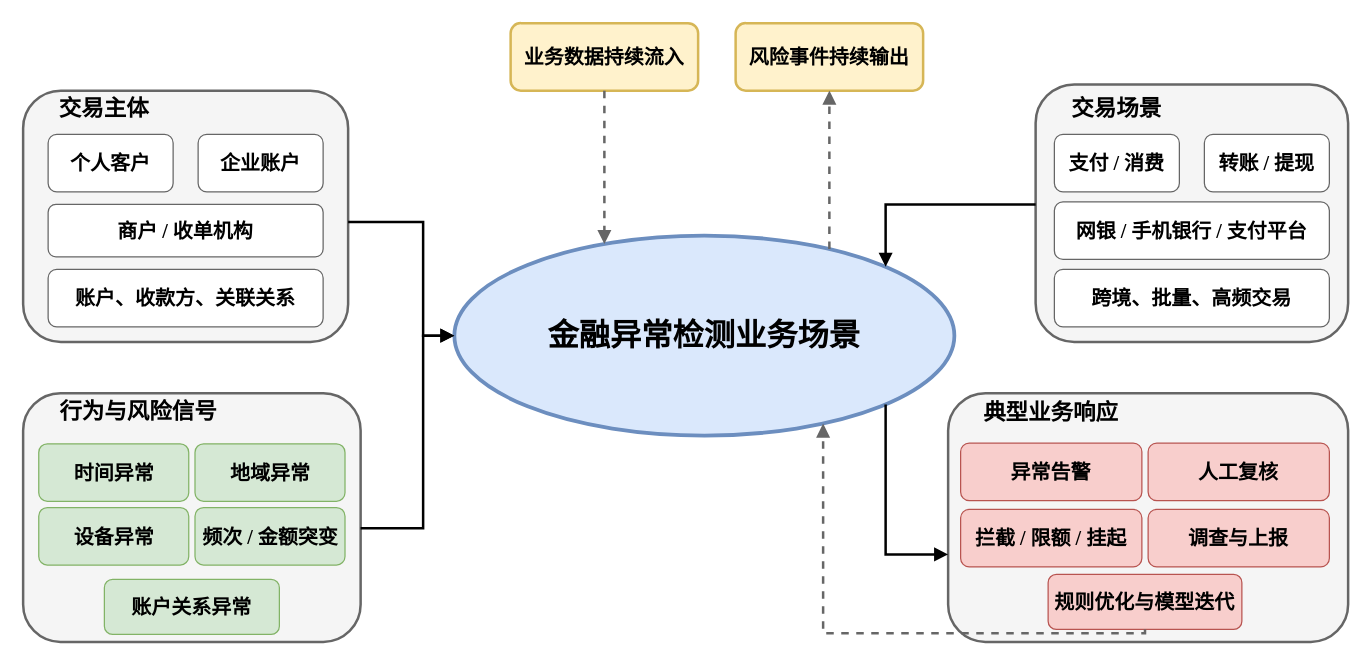
Before: figures/fig1_1_financial_anomaly_business_scene.drawio in HuangEven/latex-template, a draw.io diagram. Source tidied: cells renumbered, new cells numbered last; positions are measured from the earlier drawing's top-left corner, leaving out a move shared by most shapes. Both pictures are drawn from the tidied source at 125%, with x=0, y=0 at pixel (22, 22).
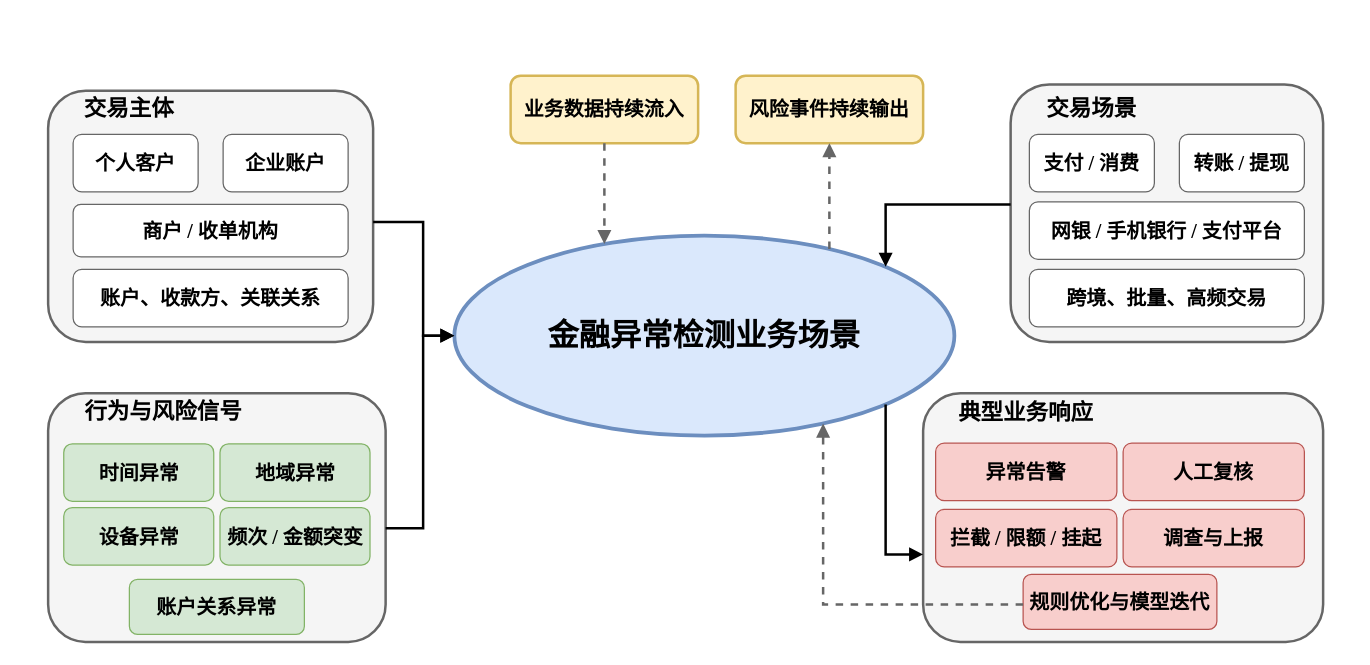
Above is the later version.

Unchanged cells that the change refers to:
```xml
<mxCell id="2" value="金融异常检测业务场景" style="ellipse;whiteSpace=wrap;html=1;fillColor=#dae8fc;strokeColor=#6c8ebf;strokeWidth=3;fontSize=25;fontStyle=1;align=center;verticalAlign=middle;fontFamily=Times New Roman;" parent="1" vertex="1">
  <mxGeometry x="345" y="170" width="400" height="160" as="geometry" />
</mxCell>
```

Change to the diagram source:
```diff
@@
-    <mxCell id="3" style="rounded=1;whiteSpace=wrap;html=1;fillColor=#f5f5f5;strokeColor=#666666;strokeWidth=2;fontSize=17;fontStyle=1;" parent="1" vertex="1">
-      <mxGeometry y="54" width="260" height="201" as="geometry" />
+    <mxCell id="3" style="rounded=1;whiteSpace=wrap;html=1;fillColor=#f5f5f5;strokeColor=#666666;strokeWidth=2;fontSize=17;fontStyle=1;fontFamily=Times New Roman;" parent="1" vertex="1">
+      <mxGeometry x="20" y="54" width="260" height="201" as="geometry" />
     </mxCell>
     <mxCell id="4" value="个人客户" style="rounded=1;whiteSpace=wrap;html=1;fillColor=#ffffff;strokeColor=#666666;fontSize=16;fontStyle=1;fontFamily=Times New Roman;" parent="1" vertex="1">
-      <mxGeometry x="20" y="89" width="100" height="46" as="geometry" />
+      <mxGeometry x="40" y="89" width="100" height="46" as="geometry" />
     </mxCell>
     <mxCell id="5" value="企业账户" style="rounded=1;whiteSpace=wrap;html=1;fillColor=#ffffff;strokeColor=#666666;fontSize=16;fontStyle=1;fontFamily=Times New Roman;" parent="1" vertex="1">
-      <mxGeometry x="140" y="89" width="100" height="46" as="geometry" />
+      <mxGeometry x="160" y="89" width="100" height="46" as="geometry" />
     </mxCell>
     <mxCell id="6" value="商户 / 收单机构" style="rounded=1;whiteSpace=wrap;html=1;fillColor=#ffffff;strokeColor=#666666;fontSize=16;fontStyle=1;fontFamily=Times New Roman;" parent="1" vertex="1">
-      <mxGeometry x="20" y="145" width="220" height="42" as="geometry" />
+      <mxGeometry x="40" y="145" width="220" height="42" as="geometry" />
     </mxCell>
     <mxCell id="7" value="账户、收款方、关联关系" style="rounded=1;whiteSpace=wrap;html=1;fillColor=#ffffff;strokeColor=#666666;fontSize=16;fontStyle=1;fontFamily=Times New Roman;" parent="1" vertex="1">
-      <mxGeometry x="20" y="197" width="220" height="46" as="geometry" />
+      <mxGeometry x="40" y="197" width="220" height="46" as="geometry" />
     </mxCell>
-    <mxCell id="8" style="rounded=1;whiteSpace=wrap;html=1;fillColor=#f5f5f5;strokeColor=#666666;strokeWidth=2;fontSize=17;fontStyle=1;" parent="1" vertex="1">
-      <mxGeometry x="810" y="49" width="250" height="206" as="geometry" />
+    <mxCell id="8" style="rounded=1;whiteSpace=wrap;html=1;fillColor=#f5f5f5;strokeColor=#666666;strokeWidth=2;fontSize=17;fontStyle=1;fontFamily=Times New Roman;" parent="1" vertex="1">
+      <mxGeometry x="790" y="49" width="250" height="206" as="geometry" />
     </mxCell>
     <mxCell id="9" value="支付 / 消费" style="rounded=1;whiteSpace=wrap;html=1;fillColor=#ffffff;strokeColor=#666666;fontSize=16;fontStyle=1;fontFamily=Times New Roman;" parent="1" vertex="1">
-      <mxGeometry x="825" y="89" width="100" height="46" as="geometry" />
+      <mxGeometry x="805" y="89" width="100" height="46" as="geometry" />
     </mxCell>
     <mxCell id="10" value="转账 / 提现" style="rounded=1;whiteSpace=wrap;html=1;fillColor=#ffffff;strokeColor=#666666;fontSize=16;fontStyle=1;fontFamily=Times New Roman;" parent="1" vertex="1">
-      <mxGeometry x="945" y="89" width="100" height="46" as="geometry" />
+      <mxGeometry x="925" y="89" width="100" height="46" as="geometry" />
     </mxCell>
     <mxCell id="11" value="网银 / 手机银行 / 支付平台" style="rounded=1;whiteSpace=wrap;html=1;fillColor=#ffffff;strokeColor=#666666;fontSize=16;fontStyle=1;fontFamily=Times New Roman;" parent="1" vertex="1">
-      <mxGeometry x="825" y="143" width="220" height="46" as="geometry" />
+      <mxGeometry x="805" y="143" width="220" height="46" as="geometry" />
     </mxCell>
     <mxCell id="12" value="跨境、批量、高频交易" style="rounded=1;whiteSpace=wrap;html=1;fillColor=#ffffff;strokeColor=#666666;fontSize=16;fontStyle=1;fontFamily=Times New Roman;" parent="1" vertex="1">
-      <mxGeometry x="825" y="197" width="220" height="46" as="geometry" />
+      <mxGeometry x="805" y="197" width="220" height="46" as="geometry" />
     </mxCell>
-    <mxCell id="13" style="rounded=1;whiteSpace=wrap;html=1;fillColor=#f5f5f5;strokeColor=#666666;strokeWidth=2;fontSize=17;fontStyle=1;" parent="1" vertex="1">
-      <mxGeometry y="296" width="270" height="199" as="geometry" />
+    <mxCell id="13" style="rounded=1;whiteSpace=wrap;html=1;fillColor=#f5f5f5;strokeColor=#666666;strokeWidth=2;fontSize=17;fontStyle=1;fontFamily=Times New Roman;" parent="1" vertex="1">
+      <mxGeometry x="20" y="296" width="270" height="199" as="geometry" />
     </mxCell>
     <mxCell id="14" value="时间异常" style="rounded=1;whiteSpace=wrap;html=1;fillColor=#d5e8d4;strokeColor=#82b366;fontSize=16;fontStyle=1;fontFamily=Times New Roman;" parent="1" vertex="1">
-      <mxGeometry x="12.5" y="336.5" width="120" height="46" as="geometry" />
+      <mxGeometry x="32.5" y="336.5" width="120" height="46" as="geometry" />
     </mxCell>
     <mxCell id="15" value="地域异常" style="rounded=1;whiteSpace=wrap;html=1;fillColor=#d5e8d4;strokeColor=#82b366;fontSize=16;fontStyle=1;fontFamily=Times New Roman;" parent="1" vertex="1">
-      <mxGeometry x="137.5" y="336.5" width="120" height="46" as="geometry" />
+      <mxGeometry x="157.5" y="336.5" width="120" height="46" as="geometry" />
     </mxCell>
     <mxCell id="16" value="设备异常" style="rounded=1;whiteSpace=wrap;html=1;fillColor=#d5e8d4;strokeColor=#82b366;fontSize=16;fontStyle=1;fontFamily=Times New Roman;" parent="1" vertex="1">
-      <mxGeometry x="12.5" y="387.5" width="120" height="46" as="geometry" />
+      <mxGeometry x="32.5" y="387.5" width="120" height="46" as="geometry" />
     </mxCell>
     <mxCell id="17" value="频次 / 金额突变" style="rounded=1;whiteSpace=wrap;html=1;fillColor=#d5e8d4;strokeColor=#82b366;fontSize=16;fontStyle=1;fontFamily=Times New Roman;" parent="1" vertex="1">
-      <mxGeometry x="137.5" y="387.5" width="120" height="46" as="geometry" />
+      <mxGeometry x="157.5" y="387.5" width="120" height="46" as="geometry" />
     </mxCell>
     <mxCell id="18" value="账户关系异常" style="rounded=1;whiteSpace=wrap;html=1;fillColor=#d5e8d4;strokeColor=#82b366;fontSize=16;fontStyle=1;fontFamily=Times New Roman;" parent="1" vertex="1">
-      <mxGeometry x="65" y="445" width="140" height="44" as="geometry" />
+      <mxGeometry x="85" y="445" width="140" height="44" as="geometry" />
     </mxCell>
-    <mxCell id="19" style="rounded=1;whiteSpace=wrap;html=1;fillColor=#f5f5f5;strokeColor=#666666;strokeWidth=2;fontSize=17;fontStyle=1;" parent="1" vertex="1">
-      <mxGeometry x="740" y="296" width="320" height="199" as="geometry" />
+    <mxCell id="19" style="rounded=1;whiteSpace=wrap;html=1;fillColor=#f5f5f5;strokeColor=#666666;strokeWidth=2;fontSize=17;fontStyle=1;fontFamily=Times New Roman;" parent="1" vertex="1">
+      <mxGeometry x="720" y="296" width="320" height="199" as="geometry" />
     </mxCell>
     <mxCell id="20" value="异常告警" style="rounded=1;whiteSpace=wrap;html=1;fillColor=#f8cecc;strokeColor=#b85450;fontSize=16;fontStyle=1;fontFamily=Times New Roman;" parent="1" vertex="1">
-      <mxGeometry x="750" y="336" width="145" height="46" as="geometry" />
+      <mxGeometry x="730" y="336" width="145" height="46" as="geometry" />
     </mxCell>
     <mxCell id="21" value="人工复核" style="rounded=1;whiteSpace=wrap;html=1;fillColor=#f8cecc;strokeColor=#b85450;fontSize=16;fontStyle=1;fontFamily=Times New Roman;" parent="1" vertex="1">
-      <mxGeometry x="900" y="336" width="145" height="46" as="geometry" />
+      <mxGeometry x="880" y="336" width="145" height="46" as="geometry" />
     </mxCell>
     <mxCell id="22" value="拦截 / 限额 / 挂起" style="rounded=1;whiteSpace=wrap;html=1;fillColor=#f8cecc;strokeColor=#b85450;fontSize=16;fontStyle=1;fontFamily=Times New Roman;" parent="1" vertex="1">
-      <mxGeometry x="750" y="389" width="145" height="46" as="geometry" />
+      <mxGeometry x="730" y="389" width="145" height="46" as="geometry" />
     </mxCell>
     <mxCell id="23" value="调查与上报" style="rounded=1;whiteSpace=wrap;html=1;fillColor=#f8cecc;strokeColor=#b85450;fontSize=16;fontStyle=1;fontFamily=Times New Roman;" parent="1" vertex="1">
-      <mxGeometry x="900" y="389" width="145" height="46" as="geometry" />
+      <mxGeometry x="880" y="389" width="145" height="46" as="geometry" />
     </mxCell>
     <mxCell id="24" value="规则优化与模型迭代" style="rounded=1;whiteSpace=wrap;html=1;fillColor=#f8cecc;strokeColor=#b85450;fontSize=16;fontStyle=1;fontFamily=Times New Roman;" parent="1" vertex="1">
-      <mxGeometry x="820" y="441" width="155" height="44" as="geometry" />
+      <mxGeometry x="800" y="441" width="155" height="44" as="geometry" />
     </mxCell>
     <mxCell id="25" value="业务数据持续流入" style="rounded=1;whiteSpace=wrap;html=1;fillColor=#fff2cc;strokeColor=#d6b656;strokeWidth=2;fontSize=16;fontStyle=1;fontFamily=Times New Roman;" parent="1" vertex="1">
-      <mxGeometry x="390" width="150" height="54" as="geometry" />
+      <mxGeometry x="390" y="42" width="150" height="54" as="geometry" />
     </mxCell>
     <mxCell id="26" value="风险事件持续输出" style="rounded=1;whiteSpace=wrap;html=1;fillColor=#fff2cc;strokeColor=#d6b656;strokeWidth=2;fontSize=16;fontStyle=1;fontFamily=Times New Roman;" parent="1" vertex="1">
-      <mxGeometry x="570" width="150" height="54" as="geometry" />
+      <mxGeometry x="570" y="42" width="150" height="54" as="geometry" />
     </mxCell>
-    <mxCell id="27" style="edgeStyle=orthogonalEdgeStyle;rounded=0;html=1;strokeWidth=2;endArrow=block;endFill=1;" parent="1" edge="1" source="3" target="2">
+    <mxCell id="27" style="edgeStyle=orthogonalEdgeStyle;rounded=0;html=1;strokeWidth=2;endArrow=block;endFill=1;fontFamily=Times New Roman;" parent="1" edge="1" source="3" target="2">
       <mxGeometry relative="1" as="geometry">
         <Array as="points">
           <mxPoint x="320" y="159" />
           <mxPoint x="320" y="250" />
         </Array>
       </mxGeometry>
     </mxCell>
-    <mxCell id="28" style="edgeStyle=orthogonalEdgeStyle;rounded=0;html=1;strokeWidth=2;endArrow=block;endFill=1;" parent="1" edge="1" source="8" target="2">
+    <mxCell id="28" style="edgeStyle=orthogonalEdgeStyle;rounded=0;html=1;strokeWidth=2;endArrow=block;endFill=1;fontFamily=Times New Roman;" parent="1" edge="1" source="8" target="2">
       <mxGeometry relative="1" as="geometry">
         <Array as="points">
           <mxPoint x="690" y="145" />
         </Array>
       </mxGeometry>
     </mxCell>
-    <mxCell id="29" style="edgeStyle=orthogonalEdgeStyle;rounded=0;html=1;strokeWidth=2;endArrow=block;endFill=1;" parent="1" edge="1" source="13" target="2">
+    <mxCell id="29" style="edgeStyle=orthogonalEdgeStyle;rounded=0;html=1;strokeWidth=2;endArrow=block;endFill=1;fontFamily=Times New Roman;" parent="1" edge="1" source="13" target="2">
       <mxGeometry relative="1" as="geometry">
         <Array as="points">
           <mxPoint x="320" y="404" />
           <mxPoint x="320" y="250" />
         </Array>
       </mxGeometry>
     </mxCell>
-    <mxCell id="30" style="edgeStyle=orthogonalEdgeStyle;rounded=0;html=1;strokeWidth=2;endArrow=block;endFill=1;" parent="1" edge="1" source="2" target="19">
+    <mxCell id="30" style="edgeStyle=orthogonalEdgeStyle;rounded=0;html=1;strokeWidth=2;endArrow=block;endFill=1;fontFamily=Times New Roman;" parent="1" edge="1" source="2" target="19">
       <mxGeometry relative="1" as="geometry">
         <Array as="points">
           <mxPoint x="690" y="425" />
         </Array>
       </mxGeometry>
     </mxCell>
-    <mxCell id="31" style="edgeStyle=orthogonalEdgeStyle;rounded=0;html=1;strokeWidth=2;dashed=1;endArrow=block;endFill=1;strokeColor=#666666;" parent="1" edge="1" source="24" target="2">
+    <mxCell id="31" style="edgeStyle=orthogonalEdgeStyle;rounded=0;html=1;strokeWidth=2;dashed=1;endArrow=block;endFill=1;strokeColor=#666666;fontFamily=Times New Roman;" parent="1" edge="1" source="24" target="2">
       <mxGeometry relative="1" as="geometry">
         <Array as="points">
-          <mxPoint x="640" y="488" />
+          <mxPoint x="640" y="465" />
         </Array>
       </mxGeometry>
     </mxCell>
-    <mxCell id="32" style="edgeStyle=orthogonalEdgeStyle;rounded=0;html=1;strokeWidth=2;dashed=1;endArrow=block;endFill=1;strokeColor=#666666;" parent="1" edge="1" source="25" target="2">
+    <mxCell id="32" style="edgeStyle=orthogonalEdgeStyle;rounded=0;html=1;strokeWidth=2;dashed=1;endArrow=block;endFill=1;strokeColor=#666666;fontFamily=Times New Roman;" parent="1" edge="1" source="25" target="2">
       <mxGeometry relative="1" as="geometry">
         <Array as="points">
           <mxPoint x="365" y="219" />
         </Array>
       </mxGeometry>
     </mxCell>
-    <mxCell id="33" style="edgeStyle=orthogonalEdgeStyle;rounded=0;html=1;strokeWidth=2;dashed=1;endArrow=block;endFill=1;strokeColor=#666666;" parent="1" edge="1" source="2" target="26">
+    <mxCell id="33" style="edgeStyle=orthogonalEdgeStyle;rounded=0;html=1;strokeWidth=2;dashed=1;endArrow=block;endFill=1;strokeColor=#666666;fontFamily=Times New Roman;" parent="1" edge="1" source="2" target="26">
       <mxGeometry relative="1" as="geometry">
         <Array as="points">
           <mxPoint x="645" y="165" />
           <mxPoint x="645" y="165" />
         </Array>
       </mxGeometry>
     </mxCell>
     <mxCell id="34" value="&lt;span style=&quot;font-size: 18px; font-weight: 700;&quot;&gt;典型业务响应&lt;/span&gt;" style="text;html=1;align=center;verticalAlign=middle;whiteSpace=wrap;rounded=0;fontFamily=Times New Roman;" parent="1" vertex="1">
-      <mxGeometry x="755" y="296.5" width="135" height="30" as="geometry" />
+      <mxGeometry x="735" y="296.5" width="135" height="30" as="geometry" />
     </mxCell>
     <mxCell id="35" value="&lt;span style=&quot;font-size: 18px; font-weight: 700;&quot;&gt;行为与风险信号&lt;/span&gt;" style="text;html=1;align=center;verticalAlign=middle;whiteSpace=wrap;rounded=0;fontFamily=Times New Roman;" parent="1" vertex="1">
-      <mxGeometry x="15" y="296" width="155" height="30" as="geometry" />
+      <mxGeometry x="35" y="296" width="155" height="30" as="geometry" />
     </mxCell>
     <mxCell id="36" value="&lt;span style=&quot;font-size: 18px; font-weight: 700;&quot;&gt;交易主体&lt;/span&gt;" style="text;html=1;align=center;verticalAlign=middle;whiteSpace=wrap;rounded=0;fontFamily=Times New Roman;" parent="1" vertex="1">
-      <mxGeometry x="15" y="54" width="100" height="30" as="geometry" />
+      <mxGeometry x="35" y="54" width="100" height="30" as="geometry" />
     </mxCell>
     <mxCell id="37" value="&lt;span style=&quot;font-size: 18px; font-weight: 700;&quot;&gt;交易场景&lt;/span&gt;" style="text;html=1;align=center;verticalAlign=middle;whiteSpace=wrap;rounded=0;fontFamily=Times New Roman;" parent="1" vertex="1">
-      <mxGeometry x="825" y="54" width="100" height="30" as="geometry" />
+      <mxGeometry x="805" y="54" width="100" height="30" as="geometry" />
     </mxCell>
```
